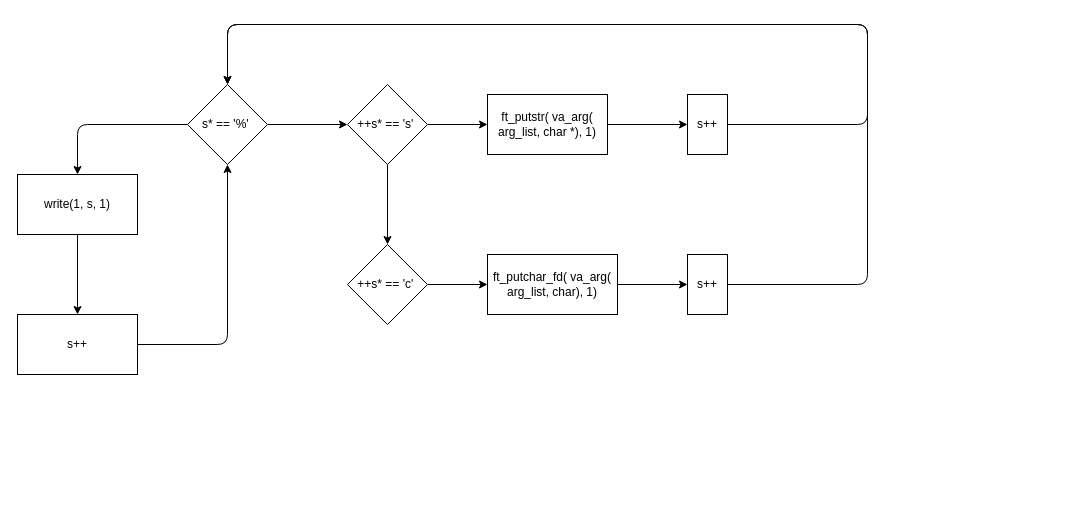
Above: flowchart.drawio in whydnct/printf (draw.io), before the change. Source tidied: cells renumbered, new cells numbered last; positions are measured from the earlier drawing's top-left corner, leaving out a move shared by most shapes. Both pictures are drawn from the tidied source at 100%, with x=0, y=0 at pixel (17, 24).
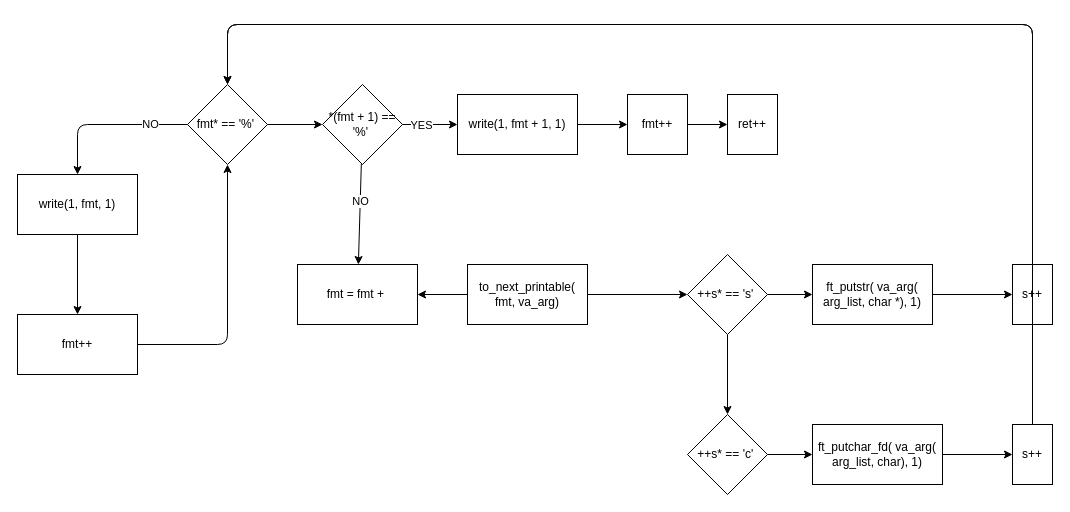
After the change.

Unchanged cells that the change refers to:
```xml
<mxCell id="2" style="edgeStyle=none;html=1;entryX=0.5;entryY=0;entryDx=0;entryDy=0;exitX=0;exitY=0.5;exitDx=0;exitDy=0;" parent="1" edge="1" source="4" target="6">
  <mxGeometry relative="1" as="geometry">
    <Array as="points">
      <mxPoint x="60" y="100" />
    </Array>
  </mxGeometry>
</mxCell>
```

What changed in the source:
```diff
@@
-    <mxCell id="3" style="edgeStyle=none;html=1;" parent="1" edge="1" source="4" target="11">
-      <mxGeometry relative="1" as="geometry" />
-    </mxCell>
+    <mxCell id="22" value="NO" style="edgeLabel;html=1;align=center;verticalAlign=middle;" parent="2" vertex="1">
+      <mxGeometry x="-0.53" y="-1" relative="1" as="geometry" />
+    </mxCell>
+    <mxCell id="23" style="edgeStyle=none;html=1;" parent="1" edge="1" source="4" target="32">
+      <mxGeometry relative="1" as="geometry" />
+    </mxCell>
-    <mxCell id="4" value="s* == '%'&amp;nbsp;" style="rhombus;whiteSpace=wrap;html=1;" parent="1" vertex="1">
+    <mxCell id="4" value="fmt* == '%'&amp;nbsp;" style="rhombus;whiteSpace=wrap;html=1;" parent="1" vertex="1">
       <mxGeometry x="170" y="60" width="80" height="80" as="geometry" />
     </mxCell>
@@
-    <mxCell id="6" value="write(1, s, 1)" style="whiteSpace=wrap;html=1;" parent="1" vertex="1">
+    <mxCell id="6" value="write(1, fmt, 1)" style="whiteSpace=wrap;html=1;" parent="1" vertex="1">
       <mxGeometry y="150" width="120" height="60" as="geometry" />
     </mxCell>
-    <mxCell id="7" value="s++" style="whiteSpace=wrap;html=1;" parent="1" vertex="1">
+    <mxCell id="7" value="fmt++" style="whiteSpace=wrap;html=1;" parent="1" vertex="1">
       <mxGeometry y="290" width="120" height="60" as="geometry" />
     </mxCell>
@@
     <mxCell id="11" value="++s* == 's'&amp;nbsp;" style="rhombus;whiteSpace=wrap;html=1;" parent="1" vertex="1">
-      <mxGeometry x="330" y="60" width="80" height="80" as="geometry" />
+      <mxGeometry x="670" y="230" width="80" height="80" as="geometry" />
     </mxCell>
@@
     <mxCell id="13" value="ft_putstr( va_arg( arg_list, char *), 1)" style="whiteSpace=wrap;html=1;" parent="1" vertex="1">
-      <mxGeometry x="470" y="70" width="120" height="60" as="geometry" />
+      <mxGeometry x="795" y="240" width="120" height="60" as="geometry" />
     </mxCell>
     <mxCell id="14" style="edgeStyle=none;html=1;entryX=0.5;entryY=0;entryDx=0;entryDy=0;" parent="1" edge="1" source="15" target="4">
       <mxGeometry relative="1" as="geometry">
         <Array as="points">
-          <mxPoint x="850" y="100" />
-          <mxPoint x="850" />
+          <mxPoint x="1015" />
           <mxPoint x="210" />
         </Array>
       </mxGeometry>
     </mxCell>
     <mxCell id="15" value="s++" style="whiteSpace=wrap;html=1;" parent="1" vertex="1">
-      <mxGeometry x="670" y="70" width="40" height="60" as="geometry" />
+      <mxGeometry x="995" y="240" width="40" height="60" as="geometry" />
     </mxCell>
@@
     <mxCell id="17" value="++s* == 'c'&amp;nbsp;" style="rhombus;whiteSpace=wrap;html=1;" parent="1" vertex="1">
-      <mxGeometry x="330" y="220" width="80" height="80" as="geometry" />
+      <mxGeometry x="670" y="390" width="80" height="80" as="geometry" />
     </mxCell>
@@
     <mxCell id="19" value="ft_putchar_fd( va_arg( arg_list, char), 1)" style="whiteSpace=wrap;html=1;" parent="1" vertex="1">
-      <mxGeometry x="470" y="230" width="130" height="60" as="geometry" />
+      <mxGeometry x="795" y="400" width="130" height="60" as="geometry" />
     </mxCell>
-    <mxCell id="20" style="edgeStyle=none;html=1;exitX=1;exitY=0.5;exitDx=0;exitDy=0;entryX=0.5;entryY=0;entryDx=0;entryDy=0;" parent="1" edge="1" source="21" target="4">
+    <mxCell id="20" style="edgeStyle=none;html=1;entryX=0.5;entryY=0;entryDx=0;entryDy=0;" parent="1" edge="1" source="21" target="4">
       <mxGeometry relative="1" as="geometry">
         <Array as="points">
-          <mxPoint x="850" y="260" />
-          <mxPoint x="850" />
+          <mxPoint x="1015" />
           <mxPoint x="210" />
         </Array>
       </mxGeometry>
     </mxCell>
     <mxCell id="21" value="s++" style="whiteSpace=wrap;html=1;" parent="1" vertex="1">
-      <mxGeometry x="670" y="230" width="40" height="60" as="geometry" />
+      <mxGeometry x="995" y="400" width="40" height="60" as="geometry" />
     </mxCell>
+    <mxCell id="24" style="edgeStyle=none;html=1;" parent="1" edge="1" source="26" target="27">
+      <mxGeometry relative="1" as="geometry" />
+    </mxCell>
+    <mxCell id="25" style="edgeStyle=none;html=1;entryX=0;entryY=0.5;entryDx=0;entryDy=0;" parent="1" edge="1" source="26" target="11">
+      <mxGeometry relative="1" as="geometry" />
+    </mxCell>
+    <mxCell id="26" value="to_next_printable( fmt, va_arg)" style="whiteSpace=wrap;html=1;" parent="1" vertex="1">
+      <mxGeometry x="450" y="240" width="120" height="60" as="geometry" />
+    </mxCell>
+    <mxCell id="27" value="fmt = fmt +&amp;nbsp;" style="rectangle;whiteSpace=wrap;html=1;" parent="1" vertex="1">
+      <mxGeometry x="280" y="240" width="120" height="60" as="geometry" />
+    </mxCell>
+    <mxCell id="28" style="edgeStyle=none;html=1;" parent="1" edge="1" source="32" target="34">
+      <mxGeometry relative="1" as="geometry" />
+    </mxCell>
+    <mxCell id="29" value="YES" style="edgeLabel;html=1;align=center;verticalAlign=middle;" parent="28" vertex="1">
+      <mxGeometry x="-0.43" y="-4" relative="1" as="geometry">
+        <mxPoint x="2" y="-4" as="offset" />
+      </mxGeometry>
+    </mxCell>
+    <mxCell id="30" style="edgeStyle=none;html=1;" parent="1" edge="1" source="32" target="27">
+      <mxGeometry relative="1" as="geometry" />
+    </mxCell>
+    <mxCell id="31" value="NO" style="edgeLabel;html=1;align=center;verticalAlign=middle;" parent="30" vertex="1">
+      <mxGeometry x="-0.25" relative="1" as="geometry" />
+    </mxCell>
+    <mxCell id="32" value="*(fmt + 1) == '%'&amp;nbsp;" style="rhombus;whiteSpace=wrap;html=1;" parent="1" vertex="1">
+      <mxGeometry x="305" y="60" width="80" height="80" as="geometry" />
+    </mxCell>
+    <mxCell id="33" style="edgeStyle=none;html=1;" parent="1" edge="1" source="34" target="36">
+      <mxGeometry relative="1" as="geometry" />
+    </mxCell>
+    <mxCell id="34" value="write(1, fmt + 1, 1)" style="whiteSpace=wrap;html=1;" parent="1" vertex="1">
+      <mxGeometry x="440" y="70" width="120" height="60" as="geometry" />
+    </mxCell>
+    <mxCell id="35" style="edgeStyle=none;html=1;" parent="1" edge="1" source="36" target="37">
+      <mxGeometry relative="1" as="geometry" />
+    </mxCell>
+    <mxCell id="36" value="fmt++" style="whiteSpace=wrap;html=1;" parent="1" vertex="1">
+      <mxGeometry x="610" y="70" width="60" height="60" as="geometry" />
+    </mxCell>
+    <mxCell id="37" value="ret++" style="whiteSpace=wrap;html=1;" parent="1" vertex="1">
+      <mxGeometry x="710" y="70" width="50" height="60" as="geometry" />
+    </mxCell>
```
